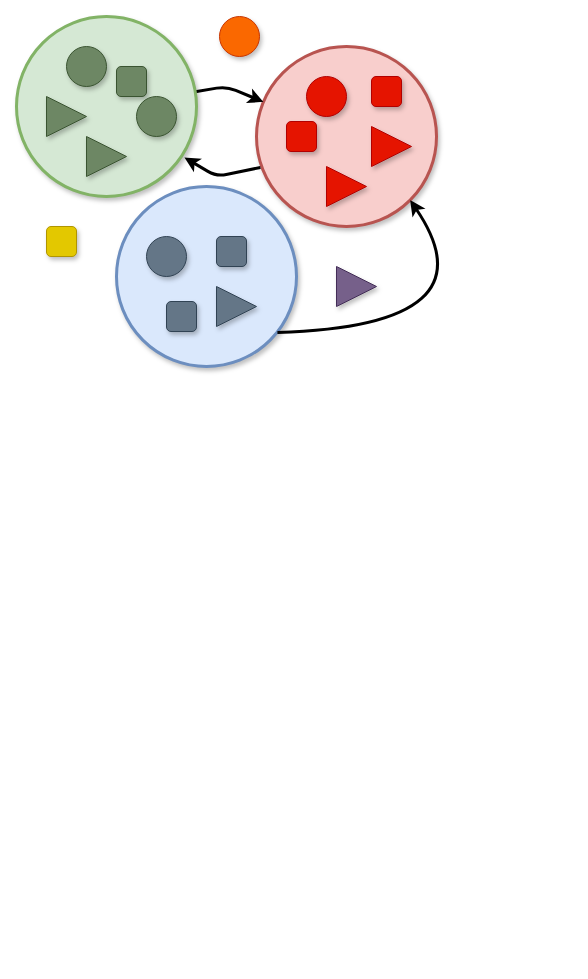
Envol2023/refactoring keeps this draw.io diagram as page "Page-7" (7 of 13) of drawio/design.drawio. Above is the earlier version. Source tidied: cells renumbered, new cells numbered last; positions are measured from the earlier drawing's top-left corner, leaving out a move shared by most shapes. Both pictures are drawn from the tidied source at 100%, with x=0, y=0 at pixel (16, 16).
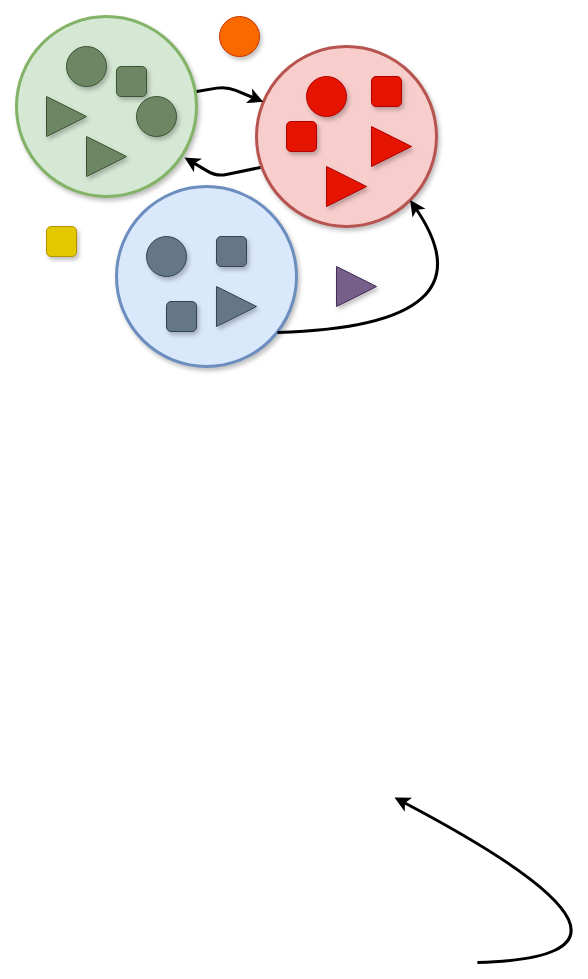
The same page after the edit.

Diff of the diagram source:
```diff
@@
+    <mxCell id="25" style="orthogonalLoop=1;jettySize=auto;html=1;strokeWidth=3;exitX=0.894;exitY=0.811;exitDx=0;exitDy=0;exitPerimeter=0;entryX=1;entryY=1;entryDx=0;entryDy=0;curved=1;" parent="1" edge="1">
+      <mxGeometry relative="1" as="geometry">
+        <mxPoint x="460.9" y="946" as="sourcePoint" />
+        <mxPoint x="378" y="781" as="targetPoint" />
+        <Array as="points">
+          <mxPoint x="680" y="940" />
+        </Array>
+      </mxGeometry>
+    </mxCell>
```
